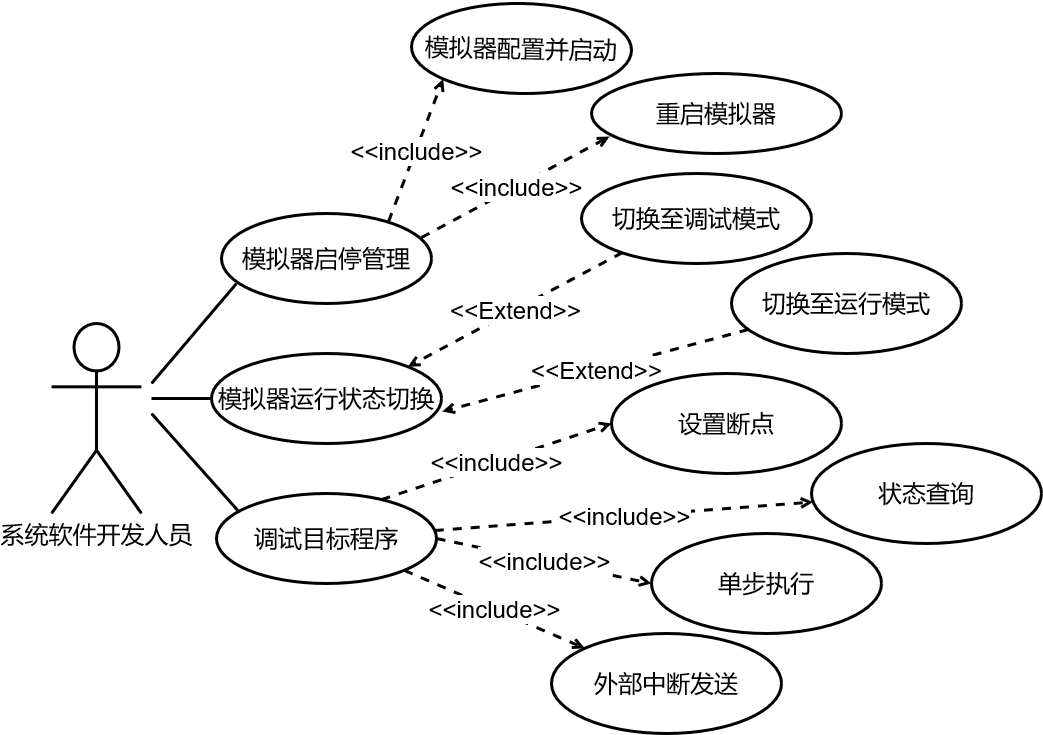
toughpig/paper keeps this draw.io diagram as latex/paper/figures/use_case.png. Above is the earlier version. Source tidied: cells renumbered, new cells last; positions are measured from the earlier drawing's top-left corner, leaving out a move shared by most shapes.
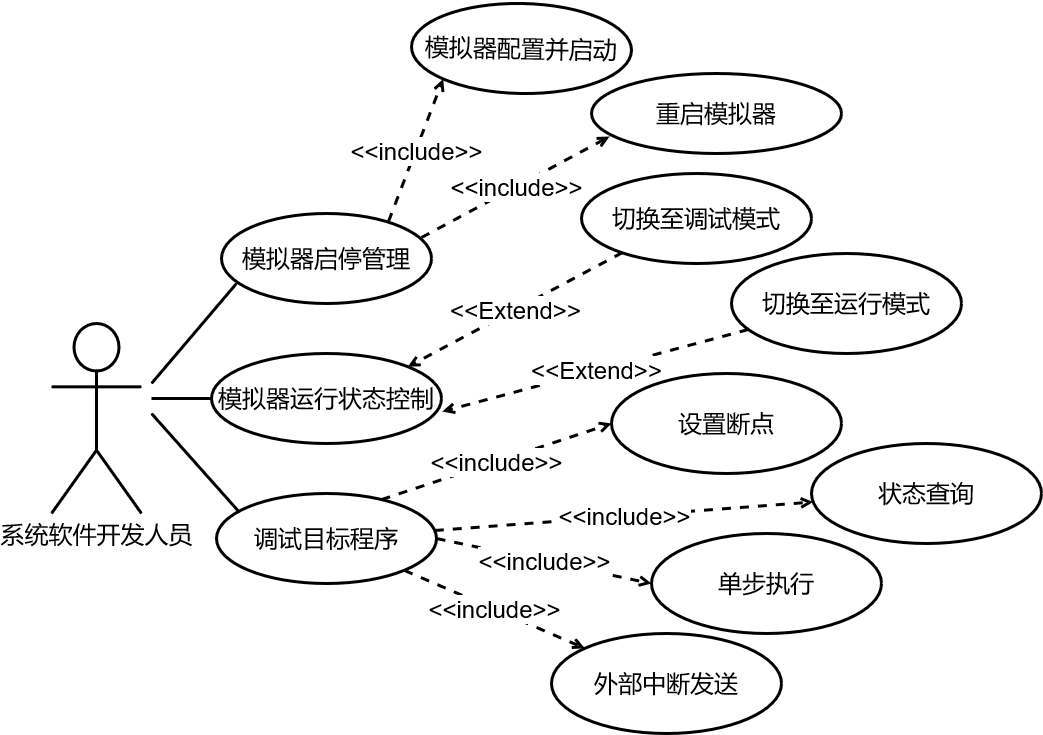
Later version of the same file.

What changed in the source:
```diff
@@ -11,7 +11,7 @@
     <mxCell id="4" value="切换至运行模式" style="ellipse;whiteSpace=wrap;html=1;fontSize=24;strokeWidth=3;fontStyle=0;fontFamily=Helvetica;" parent="1" vertex="1">
       <mxGeometry x="680" y="250" width="230" height="100" as="geometry" />
     </mxCell>
-    <mxCell id="5" value="模拟器运行状态切换" style="ellipse;whiteSpace=wrap;html=1;fontSize=24;strokeWidth=3;fontStyle=0;fontFamily=Helvetica;" parent="1" vertex="1">
+    <mxCell id="5" value="模拟器运行状态控制" style="ellipse;whiteSpace=wrap;html=1;fontSize=24;strokeWidth=3;fontStyle=0;fontFamily=Helvetica;" parent="1" vertex="1">
       <mxGeometry x="160" y="350" width="230" height="90" as="geometry" />
     </mxCell>
     <mxCell id="6" value="切换至调试模式" style="ellipse;whiteSpace=wrap;html=1;fontSize=24;strokeWidth=3;fontStyle=0;fontFamily=Helvetica;" parent="1" vertex="1">
```
